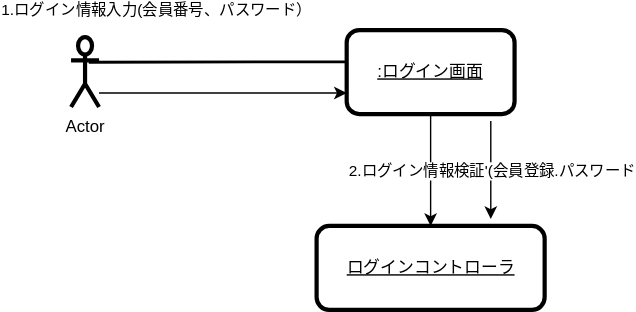
This is 図5-1 コミュニケーション図の例.drawio.svg from kikuchitokumasa/uml-introduction, a draw.io export, as it was before one commit. Source tidied: cells renumbered, new cells last; positions are measured from the earlier drawing's top-left corner, leaving out a move shared by most shapes. The source it was exported from:
```xml
<mxGraphModel>
  <root>
    <mxCell id="0" />
    <mxCell id="1" parent="0" />
    <mxCell id="2" value="Actor" style="shape=umlActor;verticalLabelPosition=bottom;verticalAlign=top;html=1;outlineConnect=0;strokeWidth=3;" parent="1" vertex="1">
      <mxGeometry y="5" width="20" height="50" as="geometry" />
    </mxCell>
    <mxCell id="3" style="edgeStyle=none;html=1;" parent="1" edge="1" source="4" target="8">
      <mxGeometry relative="1" as="geometry" />
    </mxCell>
    <mxCell id="4" value="&lt;u&gt;:ログイン画面&lt;/u&gt;" style="rounded=1;whiteSpace=wrap;html=1;strokeWidth=3;" parent="1" vertex="1">
      <mxGeometry x="197" width="120" height="60" as="geometry" />
    </mxCell>
    <mxCell id="5" style="shape=link;html=1;width=-1;exitX=0.633;exitY=0.36;exitDx=0;exitDy=0;exitPerimeter=0;entryX=-0.003;entryY=0.378;entryDx=0;entryDy=0;entryPerimeter=0;" parent="1" edge="1" source="2" target="4">
      <mxGeometry relative="1" as="geometry" />
    </mxCell>
    <mxCell id="6" style="endArrow=classic;html=1;entryX=0;entryY=0.75;entryDx=0;entryDy=0;" parent="1" edge="1" target="4">
      <mxGeometry relative="1" as="geometry">
        <mxPoint x="20" y="45" as="sourcePoint" />
        <Array as="points">
          <mxPoint x="70" y="45" />
        </Array>
      </mxGeometry>
    </mxCell>
    <mxCell id="7" value="1.ログイン情報入力(会員番号、パスワード）" style="edgeLabel;html=1;align=center;verticalAlign=middle;strokeWidth=3;" parent="6" vertex="1">
      <mxGeometry relative="1" as="geometry">
        <mxPoint x="-49" y="-60" as="offset" />
      </mxGeometry>
    </mxCell>
    <mxCell id="8" value="&lt;u&gt;ログインコントローラ&lt;/u&gt;" style="rounded=1;whiteSpace=wrap;html=1;strokeWidth=3;" parent="1" vertex="1">
      <mxGeometry x="175.5" y="140" width="163" height="60" as="geometry" />
    </mxCell>
    <mxCell id="9" style="endArrow=classic;html=1;" parent="1" edge="1">
      <mxGeometry relative="1" as="geometry">
        <mxPoint x="300" y="65" as="sourcePoint" />
        <mxPoint x="300" y="135" as="targetPoint" />
      </mxGeometry>
    </mxCell>
    <mxCell id="10" value="2.ログイン情報検証'(会員登録.パスワード" style="edgeLabel;html=1;align=center;verticalAlign=middle;strokeWidth=3;" parent="9" vertex="1">
      <mxGeometry relative="1" as="geometry" />
    </mxCell>
  </root>
</mxGraphModel>
```
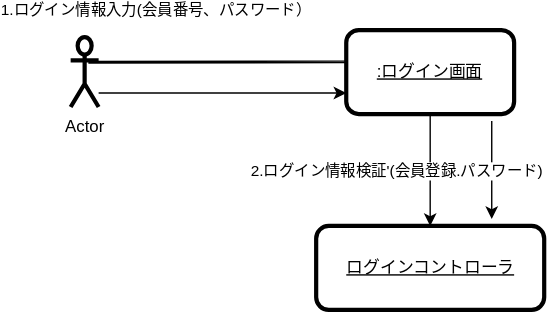
After the commit.

Change to the diagram source:
```diff
@@ -32,12 +32,14 @@
     </mxCell>
     <mxCell id="9" style="endArrow=classic;html=1;" parent="1" edge="1">
       <mxGeometry relative="1" as="geometry">
-        <mxPoint x="300" y="65" as="sourcePoint" />
-        <mxPoint x="300" y="135" as="targetPoint" />
+        <mxPoint x="301" y="65" as="sourcePoint" />
+        <mxPoint x="301" y="135" as="targetPoint" />
       </mxGeometry>
     </mxCell>
-    <mxCell id="10" value="2.ログイン情報検証'(会員登録.パスワード" style="edgeLabel;html=1;align=center;verticalAlign=middle;strokeWidth=3;" parent="9" vertex="1">
-      <mxGeometry relative="1" as="geometry" />
+    <mxCell id="10" value="2.ログイン情報検証'(会員登録.パスワード)" style="edgeLabel;html=1;align=center;verticalAlign=middle;strokeWidth=3;" parent="9" vertex="1">
+      <mxGeometry relative="1" as="geometry">
+        <mxPoint x="-69" as="offset" />
+      </mxGeometry>
     </mxCell>
   </root>
 </mxGraphModel>
```
